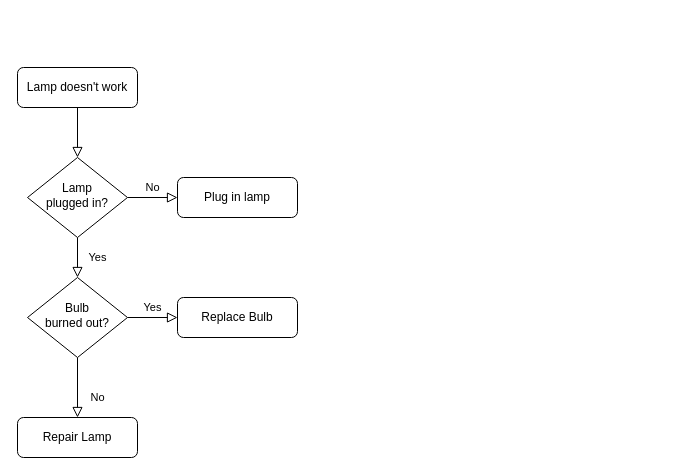
This is Untitled Diagram.drawio from hariTH-0828/draw.io, a draw.io file, before an edit. Source tidied: cells renumbered, new cells numbered last; positions are measured from the earlier drawing's top-left corner, leaving out a move shared by most shapes. Both pictures are drawn from the tidied source at 100%, with x=0, y=0 at pixel (17, 67).
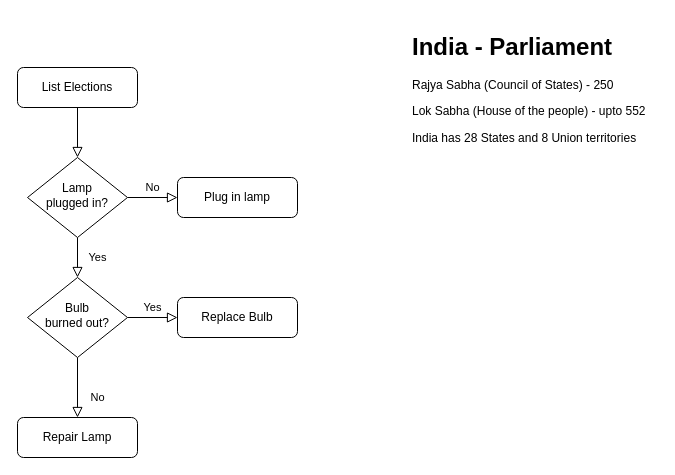
The same page after the edit.

Change to the diagram source:
```diff
@@
 <mxGraphModel>
   <root>
     <mxCell id="0" />
     <mxCell id="1" parent="0" />
     <mxCell id="2" style="rounded=0;html=1;jettySize=auto;fontSize=11;endArrow=block;endFill=0;endSize=8;strokeWidth=1;shadow=0;labelBackgroundColor=none;edgeStyle=orthogonalEdgeStyle;" parent="1" edge="1" source="3" target="6">
       <mxGeometry relative="1" as="geometry" />
     </mxCell>
-    <mxCell id="3" value="Lamp doesn't work" style="rounded=1;whiteSpace=wrap;html=1;fontSize=12;glass=0;strokeWidth=1;shadow=0;" parent="1" vertex="1">
+    <mxCell id="3" value="List Elections" style="rounded=1;whiteSpace=wrap;html=1;fontSize=12;glass=0;strokeWidth=1;shadow=0;" parent="1" vertex="1">
       <mxGeometry width="120" height="40" as="geometry" />
     </mxCell>
     <mxCell id="4" value="Yes" style="rounded=0;html=1;jettySize=auto;fontSize=11;endArrow=block;endFill=0;endSize=8;strokeWidth=1;shadow=0;labelBackgroundColor=none;edgeStyle=orthogonalEdgeStyle;" parent="1" edge="1" source="6" target="10">
       <mxGeometry y="20" relative="1" as="geometry" />
     </mxCell>
     <mxCell id="5" value="No" style="edgeStyle=orthogonalEdgeStyle;rounded=0;html=1;jettySize=auto;fontSize=11;endArrow=block;endFill=0;endSize=8;strokeWidth=1;shadow=0;labelBackgroundColor=none;" parent="1" edge="1" source="6" target="7">
       <mxGeometry y="10" relative="1" as="geometry" />
     </mxCell>
     <mxCell id="6" value="Lamp&lt;br&gt;plugged in?" style="rhombus;whiteSpace=wrap;html=1;shadow=0;fontFamily=Helvetica;fontSize=12;align=center;strokeWidth=1;spacing=6;spacingTop=-4;" parent="1" vertex="1">
       <mxGeometry x="10" y="90" width="100" height="80" as="geometry" />
     </mxCell>
     <mxCell id="7" value="Plug in lamp" style="rounded=1;whiteSpace=wrap;html=1;fontSize=12;glass=0;strokeWidth=1;shadow=0;" parent="1" vertex="1">
       <mxGeometry x="160" y="110" width="120" height="40" as="geometry" />
     </mxCell>
     <mxCell id="8" value="No" style="rounded=0;html=1;jettySize=auto;fontSize=11;endArrow=block;endFill=0;endSize=8;strokeWidth=1;shadow=0;labelBackgroundColor=none;edgeStyle=orthogonalEdgeStyle;" parent="1" edge="1" source="10" target="11">
       <mxGeometry x="0.33" y="20" relative="1" as="geometry" />
     </mxCell>
     <mxCell id="9" value="Yes" style="edgeStyle=orthogonalEdgeStyle;rounded=0;html=1;jettySize=auto;fontSize=11;endArrow=block;endFill=0;endSize=8;strokeWidth=1;shadow=0;labelBackgroundColor=none;" parent="1" edge="1" source="10" target="12">
       <mxGeometry y="10" relative="1" as="geometry" />
     </mxCell>
     <mxCell id="10" value="Bulb&lt;br&gt;burned out?" style="rhombus;whiteSpace=wrap;html=1;shadow=0;fontFamily=Helvetica;fontSize=12;align=center;strokeWidth=1;spacing=6;spacingTop=-4;" parent="1" vertex="1">
       <mxGeometry x="10" y="210" width="100" height="80" as="geometry" />
     </mxCell>
     <mxCell id="11" value="Repair Lamp" style="rounded=1;whiteSpace=wrap;html=1;fontSize=12;glass=0;strokeWidth=1;shadow=0;" parent="1" vertex="1">
       <mxGeometry y="350" width="120" height="40" as="geometry" />
     </mxCell>
     <mxCell id="12" value="Replace Bulb" style="rounded=1;whiteSpace=wrap;html=1;fontSize=12;glass=0;strokeWidth=1;shadow=0;" parent="1" vertex="1">
       <mxGeometry x="160" y="230" width="120" height="40" as="geometry" />
     </mxCell>
+    <mxCell id="13" value="&lt;h1&gt;India - Parliament&lt;/h1&gt;&lt;p&gt;Rajya Sabha (Council of States) - 250&lt;/p&gt;&lt;p&gt;Lok Sabha (House of the people) - upto 552&lt;/p&gt;&lt;p&gt;India has 28 States and 8 Union territories&lt;/p&gt;" style="text;html=1;strokeColor=none;fillColor=none;spacing=5;spacingTop=-20;whiteSpace=wrap;overflow=hidden;rounded=0;" parent="1" vertex="1">
+      <mxGeometry x="390" y="-40" width="250" height="140" as="geometry" />
+    </mxCell>
   </root>
 </mxGraphModel>
```
